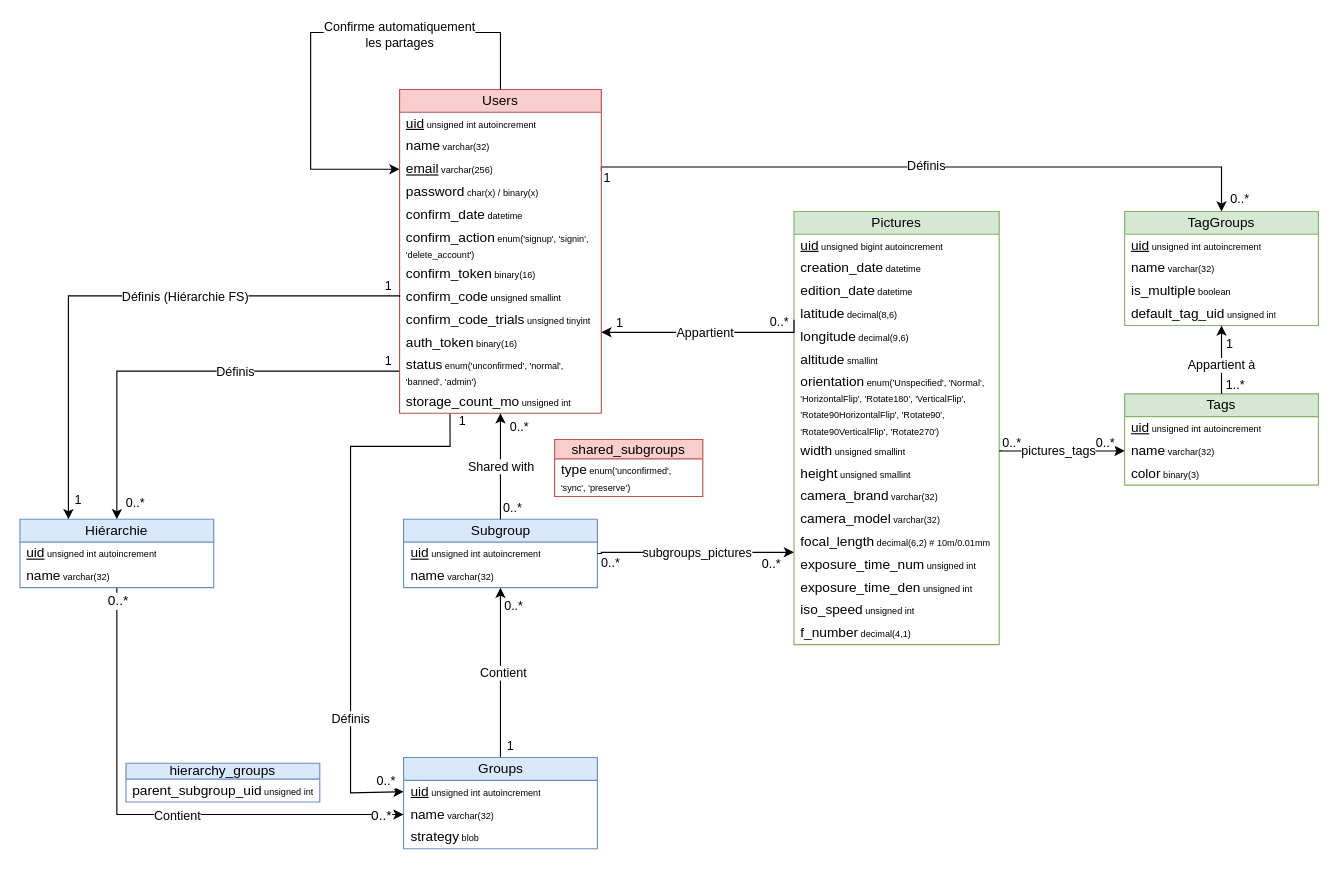
Before: page "DB - Conceptuelle" (1 of 4) of PMCloud.drawio in ClementGre/PMCloud, a draw.io diagram. Source tidied: cells renumbered, new cells numbered last; positions are measured from the earlier drawing's top-left corner, leaving out a move shared by most shapes. Both pictures are drawn from the tidied source at 114%, with x=0, y=0 at pixel (19, 32).
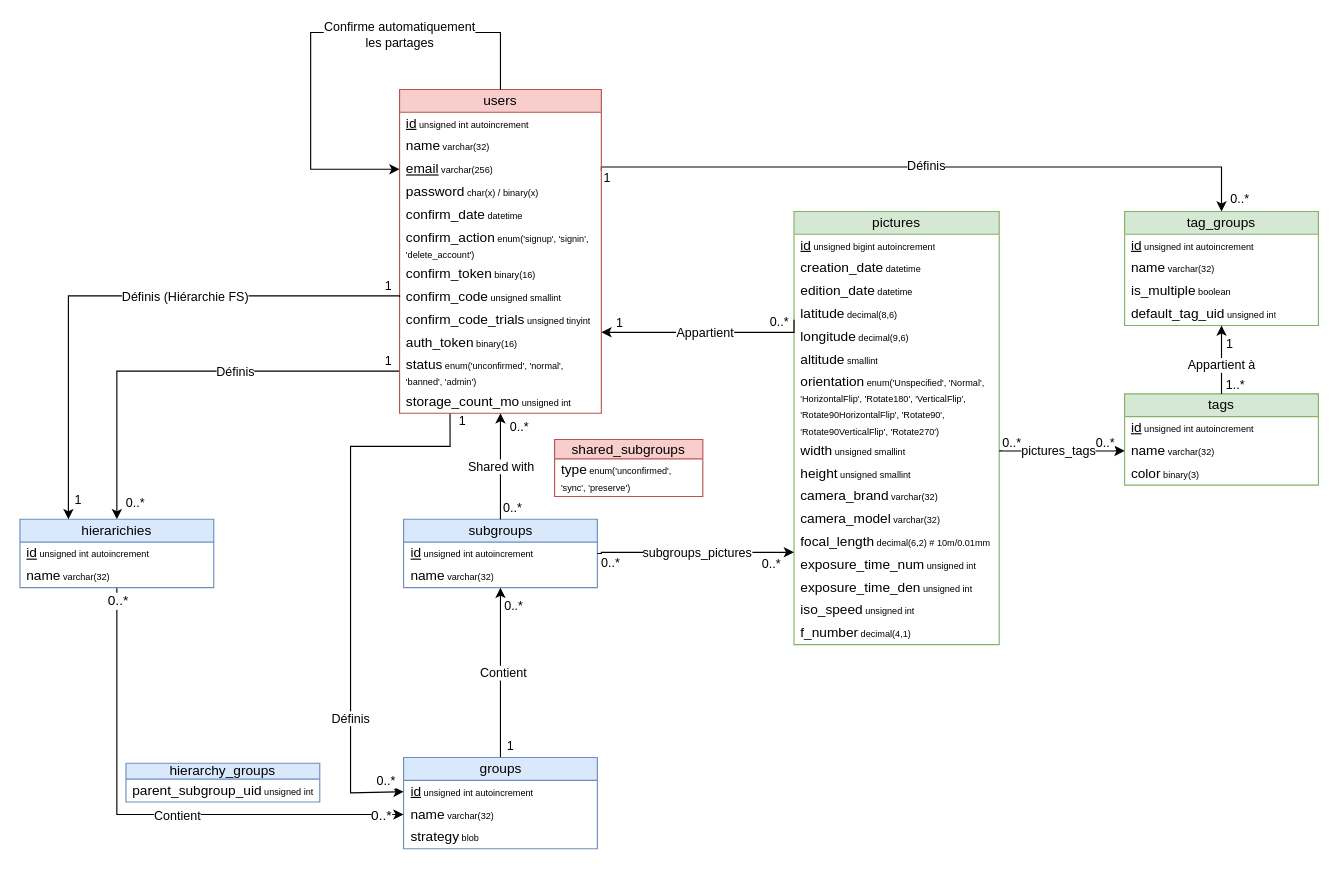
After the change.

The edit, as a diff of the source:
```diff
@@
-    <mxCell id="2" value="&lt;p style=&quot;line-height: 120%;&quot;&gt;Subgroup&lt;/p&gt;" style="swimlane;fontStyle=0;horizontal=1;startSize=20;whiteSpace=wrap;html=1;fillColor=#dae8fc;strokeColor=#6c8ebf;" parent="1" vertex="1">
+    <mxCell id="2" value="&lt;p style=&quot;line-height: 120%;&quot;&gt;subgroups&lt;/p&gt;" style="swimlane;fontStyle=0;horizontal=1;startSize=20;whiteSpace=wrap;html=1;fillColor=#dae8fc;strokeColor=#6c8ebf;" parent="1" vertex="1">
       <mxGeometry x="336.5" y="427" width="170" height="60" as="geometry" />
     </mxCell>
-    <mxCell id="3" value="&lt;u&gt;uid&lt;/u&gt;&lt;font style=&quot;font-size: 8px;&quot;&gt;&amp;nbsp;&lt;font style=&quot;font-size: 8px;&quot;&gt;unsigned int autoincrement&lt;/font&gt;&lt;/font&gt;" style="text;strokeColor=none;fillColor=none;align=left;verticalAlign=middle;spacingLeft=4;spacingRight=4;overflow=hidden;points=[[0,0.5],[1,0.5]];portConstraint=eastwest;whiteSpace=wrap;html=1;fontStyle=0;" parent="2" vertex="1">
+    <mxCell id="3" value="&lt;u&gt;id&lt;/u&gt;&lt;font style=&quot;font-size: 8px;&quot;&gt;&amp;nbsp;&lt;font style=&quot;font-size: 8px;&quot;&gt;unsigned int autoincrement&lt;/font&gt;&lt;/font&gt;" style="text;strokeColor=none;fillColor=none;align=left;verticalAlign=middle;spacingLeft=4;spacingRight=4;overflow=hidden;points=[[0,0.5],[1,0.5]];portConstraint=eastwest;whiteSpace=wrap;html=1;fontStyle=0;" parent="2" vertex="1">
       <mxGeometry y="20" width="170" height="20" as="geometry" />
     </mxCell>
@@
-    <mxCell id="17" value="&lt;p style=&quot;line-height: 120%;&quot;&gt;Users&lt;/p&gt;" style="swimlane;fontStyle=0;horizontal=1;startSize=20;whiteSpace=wrap;html=1;shadow=0;fillColor=#f8cecc;strokeColor=#b85450;" parent="1" vertex="1">
+    <mxCell id="17" value="&lt;p style=&quot;line-height: 120%;&quot;&gt;users&lt;/p&gt;" style="swimlane;fontStyle=0;horizontal=1;startSize=20;whiteSpace=wrap;html=1;shadow=0;fillColor=#f8cecc;strokeColor=#b85450;" parent="1" vertex="1">
       <mxGeometry x="333" y="50" width="177" height="284" as="geometry" />
     </mxCell>
-    <mxCell id="18" value="&lt;u&gt;uid&lt;/u&gt;&lt;font style=&quot;font-size: 8px;&quot;&gt;&amp;nbsp;&lt;font style=&quot;font-size: 8px;&quot;&gt;unsigned int autoincrement&lt;/font&gt;&lt;/font&gt;" style="text;strokeColor=none;fillColor=none;align=left;verticalAlign=middle;spacingLeft=4;spacingRight=4;overflow=hidden;whiteSpace=wrap;html=1;fontStyle=0;" parent="17" vertex="1">
+    <mxCell id="18" value="&lt;u&gt;id&lt;/u&gt;&lt;font style=&quot;font-size: 8px;&quot;&gt;&amp;nbsp;&lt;font style=&quot;font-size: 8px;&quot;&gt;unsigned int autoincrement&lt;/font&gt;&lt;/font&gt;" style="text;strokeColor=none;fillColor=none;align=left;verticalAlign=middle;spacingLeft=4;spacingRight=4;overflow=hidden;whiteSpace=wrap;html=1;fontStyle=0;" parent="17" vertex="1">
       <mxGeometry y="20" width="177" height="20" as="geometry" />
     </mxCell>
@@
-    <mxCell id="32" value="&lt;p style=&quot;line-height: 120%;&quot;&gt;Pictures&lt;/p&gt;" style="swimlane;fontStyle=0;horizontal=1;startSize=20;whiteSpace=wrap;html=1;fillColor=#d5e8d4;strokeColor=#82b366;" parent="1" vertex="1">
+    <mxCell id="32" value="&lt;p style=&quot;line-height: 120%;&quot;&gt;pictures&lt;/p&gt;" style="swimlane;fontStyle=0;horizontal=1;startSize=20;whiteSpace=wrap;html=1;fillColor=#d5e8d4;strokeColor=#82b366;" parent="1" vertex="1">
       <mxGeometry x="679" y="157" width="180" height="380" as="geometry" />
     </mxCell>
-    <mxCell id="33" value="&lt;u&gt;uid&lt;/u&gt;&lt;font style=&quot;font-size: 8px;&quot;&gt;&amp;nbsp;&lt;font style=&quot;border-color: var(--border-color); font-size: 8px;&quot;&gt;unsigned bigint autoincrement&lt;/font&gt;&lt;/font&gt;" style="text;strokeColor=none;fillColor=none;align=left;verticalAlign=middle;spacingLeft=4;spacingRight=4;overflow=hidden;whiteSpace=wrap;html=1;fontStyle=0;" parent="32" vertex="1">
+    <mxCell id="33" value="&lt;u&gt;id&lt;/u&gt;&lt;font style=&quot;font-size: 8px;&quot;&gt;&amp;nbsp;&lt;font style=&quot;border-color: var(--border-color); font-size: 8px;&quot;&gt;unsigned bigint autoincrement&lt;/font&gt;&lt;/font&gt;" style="text;strokeColor=none;fillColor=none;align=left;verticalAlign=middle;spacingLeft=4;spacingRight=4;overflow=hidden;whiteSpace=wrap;html=1;fontStyle=0;" parent="32" vertex="1">
       <mxGeometry y="20" width="180" height="20" as="geometry" />
     </mxCell>
@@
-    <mxCell id="65" value="&lt;p style=&quot;line-height: 120%;&quot;&gt;Groups&lt;/p&gt;" style="swimlane;fontStyle=0;horizontal=1;startSize=20;whiteSpace=wrap;html=1;fillColor=#dae8fc;strokeColor=#6c8ebf;" parent="1" vertex="1">
+    <mxCell id="65" value="&lt;p style=&quot;line-height: 120%;&quot;&gt;groups&lt;/p&gt;" style="swimlane;fontStyle=0;horizontal=1;startSize=20;whiteSpace=wrap;html=1;fillColor=#dae8fc;strokeColor=#6c8ebf;" parent="1" vertex="1">
       <mxGeometry x="336.5" y="636" width="170" height="80" as="geometry" />
     </mxCell>
-    <mxCell id="66" value="&lt;u&gt;uid&lt;/u&gt;&lt;font style=&quot;font-size: 8px;&quot;&gt;&amp;nbsp;&lt;font style=&quot;font-size: 8px;&quot;&gt;unsigned int autoincrement&lt;/font&gt;&lt;/font&gt;" style="text;strokeColor=none;fillColor=none;align=left;verticalAlign=middle;spacingLeft=4;spacingRight=4;overflow=hidden;points=[[0,0.5],[1,0.5]];portConstraint=eastwest;whiteSpace=wrap;html=1;fontStyle=0;" parent="65" vertex="1">
+    <mxCell id="66" value="&lt;u&gt;id&lt;/u&gt;&lt;font style=&quot;font-size: 8px;&quot;&gt;&amp;nbsp;&lt;font style=&quot;font-size: 8px;&quot;&gt;unsigned int autoincrement&lt;/font&gt;&lt;/font&gt;" style="text;strokeColor=none;fillColor=none;align=left;verticalAlign=middle;spacingLeft=4;spacingRight=4;overflow=hidden;points=[[0,0.5],[1,0.5]];portConstraint=eastwest;whiteSpace=wrap;html=1;fontStyle=0;" parent="65" vertex="1">
       <mxGeometry y="20" width="170" height="20" as="geometry" />
     </mxCell>
@@
-    <mxCell id="75" value="&lt;p style=&quot;line-height: 120%;&quot;&gt;Hiérarchie&lt;/p&gt;" style="swimlane;fontStyle=0;horizontal=1;startSize=20;whiteSpace=wrap;html=1;fillColor=#dae8fc;strokeColor=#6c8ebf;" parent="1" vertex="1">
+    <mxCell id="75" value="&lt;p style=&quot;line-height: 120%;&quot;&gt;hierarichies&lt;/p&gt;" style="swimlane;fontStyle=0;horizontal=1;startSize=20;whiteSpace=wrap;html=1;fillColor=#dae8fc;strokeColor=#6c8ebf;" parent="1" vertex="1">
       <mxGeometry y="427" width="170" height="60" as="geometry" />
     </mxCell>
-    <mxCell id="76" value="&lt;u&gt;uid&lt;/u&gt;&lt;font style=&quot;font-size: 8px;&quot;&gt;&amp;nbsp;&lt;font style=&quot;font-size: 8px;&quot;&gt;unsigned int autoincrement&lt;/font&gt;&lt;/font&gt;" style="text;strokeColor=none;fillColor=none;align=left;verticalAlign=middle;spacingLeft=4;spacingRight=4;overflow=hidden;whiteSpace=wrap;html=1;fontStyle=0;" parent="75" vertex="1">
+    <mxCell id="76" value="&lt;u&gt;id&lt;/u&gt;&lt;font style=&quot;font-size: 8px;&quot;&gt;&amp;nbsp;&lt;font style=&quot;font-size: 8px;&quot;&gt;unsigned int autoincrement&lt;/font&gt;&lt;/font&gt;" style="text;strokeColor=none;fillColor=none;align=left;verticalAlign=middle;spacingLeft=4;spacingRight=4;overflow=hidden;whiteSpace=wrap;html=1;fontStyle=0;" parent="75" vertex="1">
       <mxGeometry y="20" width="170" height="20" as="geometry" />
     </mxCell>
@@
-    <mxCell id="84" value="&lt;p style=&quot;line-height: 120%;&quot;&gt;TagGroups&lt;/p&gt;" style="swimlane;fontStyle=0;horizontal=1;startSize=20;whiteSpace=wrap;html=1;fillColor=#d5e8d4;strokeColor=#82b366;" parent="1" vertex="1">
+    <mxCell id="84" value="&lt;p style=&quot;line-height: 120%;&quot;&gt;tag_groups&lt;/p&gt;" style="swimlane;fontStyle=0;horizontal=1;startSize=20;whiteSpace=wrap;html=1;fillColor=#d5e8d4;strokeColor=#82b366;" parent="1" vertex="1">
       <mxGeometry x="969" y="157" width="170" height="100" as="geometry" />
     </mxCell>
-    <mxCell id="85" value="&lt;u&gt;uid&lt;/u&gt;&lt;font style=&quot;font-size: 8px;&quot;&gt;&amp;nbsp;&lt;font style=&quot;font-size: 8px;&quot;&gt;unsigned int autoincrement&lt;/font&gt;&lt;/font&gt;" style="text;strokeColor=none;fillColor=none;align=left;verticalAlign=middle;spacingLeft=4;spacingRight=4;overflow=hidden;whiteSpace=wrap;html=1;fontStyle=0;" parent="84" vertex="1">
+    <mxCell id="85" value="&lt;u&gt;id&lt;/u&gt;&lt;font style=&quot;font-size: 8px;&quot;&gt;&amp;nbsp;&lt;font style=&quot;font-size: 8px;&quot;&gt;unsigned int autoincrement&lt;/font&gt;&lt;/font&gt;" style="text;strokeColor=none;fillColor=none;align=left;verticalAlign=middle;spacingLeft=4;spacingRight=4;overflow=hidden;whiteSpace=wrap;html=1;fontStyle=0;" parent="84" vertex="1">
       <mxGeometry y="20" width="170" height="20" as="geometry" />
     </mxCell>
@@
-    <mxCell id="89" value="&lt;p style=&quot;line-height: 120%;&quot;&gt;Tags&lt;/p&gt;" style="swimlane;fontStyle=0;horizontal=1;startSize=20;whiteSpace=wrap;html=1;fillColor=#d5e8d4;strokeColor=#82b366;" parent="1" vertex="1">
+    <mxCell id="89" value="&lt;p style=&quot;line-height: 120%;&quot;&gt;tags&lt;/p&gt;" style="swimlane;fontStyle=0;horizontal=1;startSize=20;whiteSpace=wrap;html=1;fillColor=#d5e8d4;strokeColor=#82b366;" parent="1" vertex="1">
       <mxGeometry x="969" y="317" width="170" height="80" as="geometry" />
     </mxCell>
-    <mxCell id="90" value="&lt;u&gt;uid&lt;/u&gt;&lt;font style=&quot;font-size: 8px;&quot;&gt;&amp;nbsp;&lt;font style=&quot;font-size: 8px;&quot;&gt;unsigned int autoincrement&lt;/font&gt;&lt;/font&gt;" style="text;strokeColor=none;fillColor=none;align=left;verticalAlign=middle;spacingLeft=4;spacingRight=4;overflow=hidden;whiteSpace=wrap;html=1;fontStyle=0;" parent="89" vertex="1">
+    <mxCell id="90" value="&lt;u&gt;id&lt;/u&gt;&lt;font style=&quot;font-size: 8px;&quot;&gt;&amp;nbsp;&lt;font style=&quot;font-size: 8px;&quot;&gt;unsigned int autoincrement&lt;/font&gt;&lt;/font&gt;" style="text;strokeColor=none;fillColor=none;align=left;verticalAlign=middle;spacingLeft=4;spacingRight=4;overflow=hidden;whiteSpace=wrap;html=1;fontStyle=0;" parent="89" vertex="1">
       <mxGeometry y="20" width="170" height="20" as="geometry" />
     </mxCell>
```
